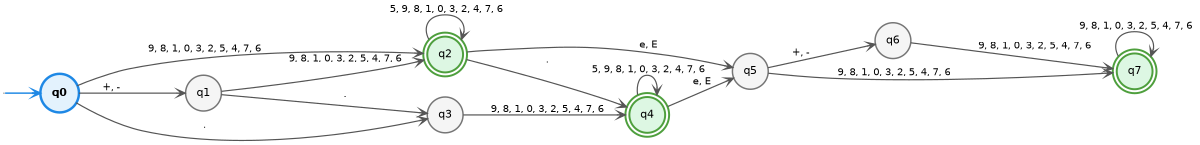
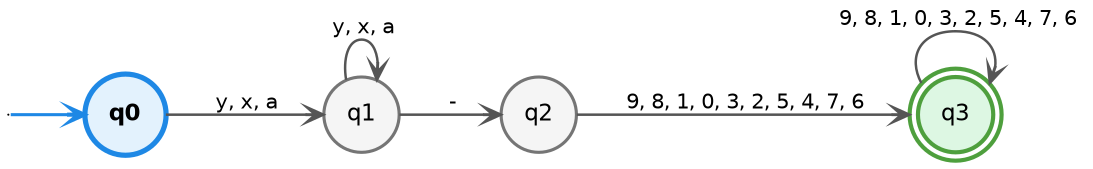
digraph G {
  rankdir=LR;
  size="8,5";
  node [fontname="Helvetica", fontsize=11];
  edge [arrowsize=0.8, arrowhead=vee];
  qi [shape=point, width=0];
  "q0" [shape=circle, style=filled, fillcolor="#E3F2FD", color="#1E88E5", penwidth=2.5, fontname="Helvetica-Bold"];
  "q1" [shape=circle, style=filled, fillcolor="#F5F5F5", color="#757575", penwidth=1.5, fontname="Helvetica"];
-   "q2" [shape=doublecircle, style=filled, fillcolor="#DDF7E3", color="#4E9F3D", penwidth=2, fontname="Helvetica"];
-   "q3" [shape=circle, style=filled, fillcolor="#F5F5F5", color="#757575", penwidth=1.5, fontname="Helvetica"];
-   "q4" [shape=doublecircle, style=filled, fillcolor="#DDF7E3", color="#4E9F3D", penwidth=2, fontname="Helvetica"];
-   "q5" [shape=circle, style=filled, fillcolor="#F5F5F5", color="#757575", penwidth=1.5, fontname="Helvetica"];
-   "q6" [shape=circle, style=filled, fillcolor="#F5F5F5", color="#757575", penwidth=1.5, fontname="Helvetica"];
-   "q7" [shape=doublecircle, style=filled, fillcolor="#DDF7E3", color="#4E9F3D", penwidth=2, fontname="Helvetica"];
+   "q2" [shape=circle, style=filled, fillcolor="#F5F5F5", color="#757575", penwidth=1.5, fontname="Helvetica"];
+   "q3" [shape=doublecircle, style=filled, fillcolor="#DDF7E3", color="#4E9F3D", penwidth=2, fontname="Helvetica"];

  qi -> "q0" [color="#1E88E5", penwidth=1.5];
-   "q7" -> "q7" [label="  9, 8, 1, 0, 3, 2, 5, 4, 7, 6 ", fontname="Helvetica", fontsize=10, color="#555555", penwidth=1.2];
-   "q0" -> "q1" [label="  +, - ", fontname="Helvetica", fontsize=10, color="#555555", penwidth=1.2];
-   "q6" -> "q7" [label="  9, 8, 1, 0, 3, 2, 5, 4, 7, 6 ", fontname="Helvetica", fontsize=10, color="#555555", penwidth=1.2];
-   "q2" -> "q4" [label="  . ", fontname="Helvetica", fontsize=10, color="#555555", penwidth=1.2];
-   "q2" -> "q5" [label="  e, E ", fontname="Helvetica", fontsize=10, color="#555555", penwidth=1.2];
-   "q2" -> "q2" [label="  5, 9, 8, 1, 0, 3, 2, 4, 7, 6 ", fontname="Helvetica", fontsize=10, color="#555555", penwidth=1.2];
-   "q0" -> "q3" [label="  . ", fontname="Helvetica", fontsize=10, color="#555555", penwidth=1.2];
-   "q0" -> "q2" [label="  9, 8, 1, 0, 3, 2, 5, 4, 7, 6 ", fontname="Helvetica", fontsize=10, color="#555555", penwidth=1.2];
-   "q1" -> "q3" [label="  . ", fontname="Helvetica", fontsize=10, color="#555555", penwidth=1.2];
-   "q1" -> "q2" [label="  9, 8, 1, 0, 3, 2, 5, 4, 7, 6 ", fontname="Helvetica", fontsize=10, color="#555555", penwidth=1.2];
-   "q4" -> "q5" [label="  e, E ", fontname="Helvetica", fontsize=10, color="#555555", penwidth=1.2];
-   "q4" -> "q4" [label="  5, 9, 8, 1, 0, 3, 2, 4, 7, 6 ", fontname="Helvetica", fontsize=10, color="#555555", penwidth=1.2];
-   "q3" -> "q4" [label="  9, 8, 1, 0, 3, 2, 5, 4, 7, 6 ", fontname="Helvetica", fontsize=10, color="#555555", penwidth=1.2];
-   "q5" -> "q6" [label="  +, - ", fontname="Helvetica", fontsize=10, color="#555555", penwidth=1.2];
-   "q5" -> "q7" [label="  9, 8, 1, 0, 3, 2, 5, 4, 7, 6 ", fontname="Helvetica", fontsize=10, color="#555555", penwidth=1.2];
+   "q0" -> "q1" [label="  y, x, a ", fontname="Helvetica", fontsize=10, color="#555555", penwidth=1.2];
+   "q2" -> "q3" [label="  9, 8, 1, 0, 3, 2, 5, 4, 7, 6 ", fontname="Helvetica", fontsize=10, color="#555555", penwidth=1.2];
+   "q1" -> "q2" [label="  - ", fontname="Helvetica", fontsize=10, color="#555555", penwidth=1.2];
+   "q3" -> "q3" [label="  9, 8, 1, 0, 3, 2, 5, 4, 7, 6 ", fontname="Helvetica", fontsize=10, color="#555555", penwidth=1.2];
+   "q1" -> "q1" [label="  y, x, a ", fontname="Helvetica", fontsize=10, color="#555555", penwidth=1.2];
}
